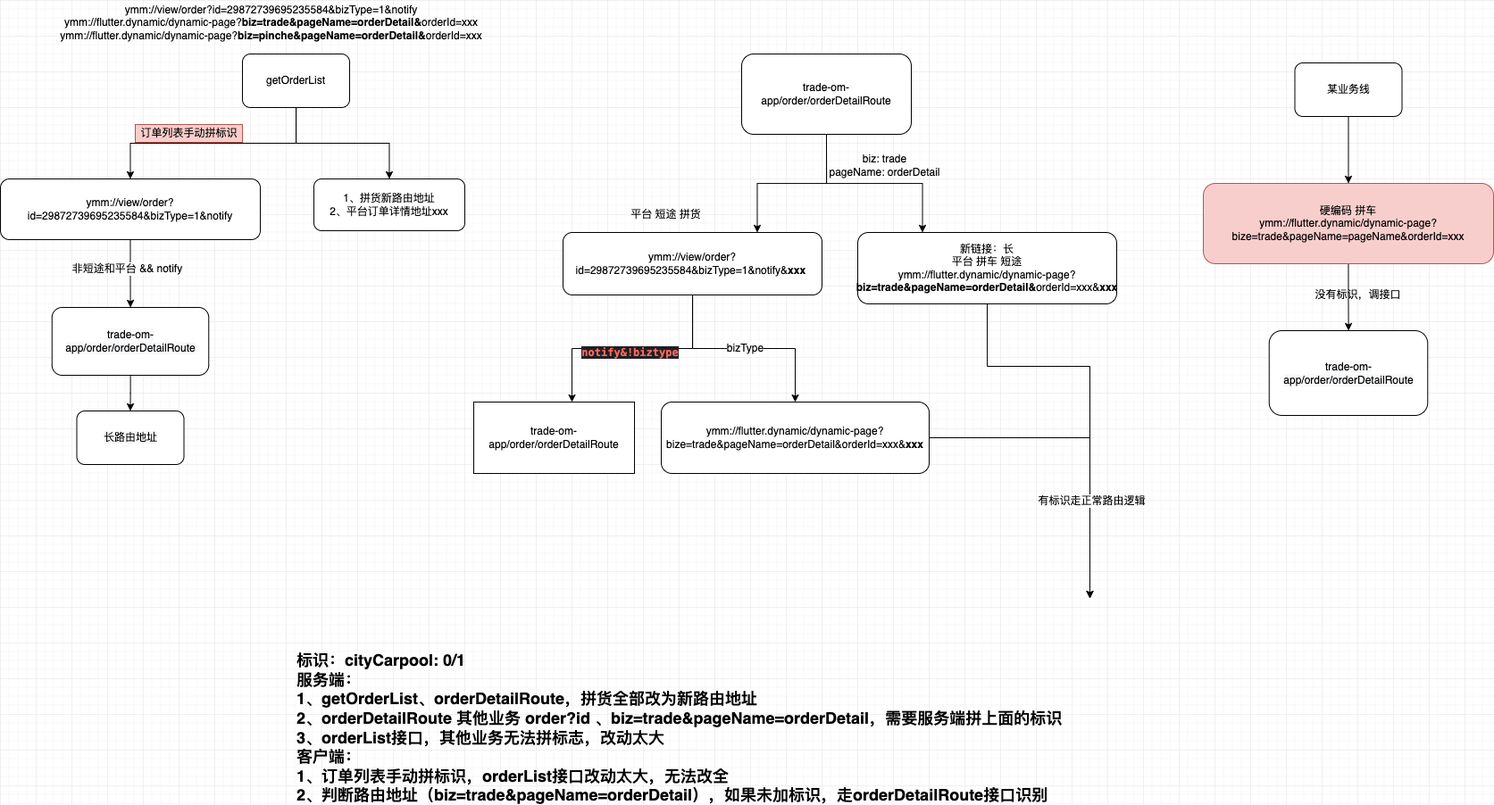
The draw.io diagram flutter/拼货路由转发.png in JD-Tang/flutter_uml, before a commit. Source tidied: cells renumbered, new cells last; positions are measured from the earlier drawing's top-left corner, leaving out a move shared by most shapes. Source of this version:
```xml
<mxGraphModel>
  <root>
    <mxCell id="0" />
    <mxCell id="1" parent="0" />
    <mxCell id="2" style="edgeStyle=orthogonalEdgeStyle;rounded=0;jettySize=auto;html=1;exitX=0.5;exitY=1;exitDx=0;exitDy=0;entryX=0.75;entryY=0;entryDx=0;entryDy=0;" parent="1" edge="1" source="4" target="9">
      <mxGeometry relative="1" as="geometry" />
    </mxCell>
    <mxCell id="3" style="edgeStyle=orthogonalEdgeStyle;rounded=0;jettySize=auto;html=1;exitX=0.5;exitY=1;exitDx=0;exitDy=0;entryX=0.25;entryY=0;entryDx=0;entryDy=0;" parent="1" edge="1" source="4" target="11">
      <mxGeometry relative="1" as="geometry" />
    </mxCell>
    <mxCell id="4" value="trade-om-app/order/orderDetailRoute" style="rounded=1;whiteSpace=wrap;html=1;" parent="1" vertex="1">
      <mxGeometry x="830" y="60" width="190" height="90" as="geometry" />
    </mxCell>
    <mxCell id="5" style="edgeStyle=orthogonalEdgeStyle;rounded=0;jettySize=auto;html=1;" parent="1" edge="1" source="9">
      <mxGeometry relative="1" as="geometry">
        <mxPoint x="640" y="450" as="targetPoint" />
      </mxGeometry>
    </mxCell>
    <mxCell id="6" value="&lt;p class=&quot;p1&quot; style=&quot;margin: 0px ; font-stretch: normal ; font-size: 12px ; line-height: normal ; font-family: &amp;#34;menlo&amp;#34; ; color: rgb(252 , 106 , 93) ; background-color: rgb(31 , 31 , 36)&quot;&gt;&lt;b&gt;notify&amp;amp;!biztype&lt;/b&gt;&lt;/p&gt;" style="edgeLabel;html=1;align=center;verticalAlign=middle;" parent="5" vertex="1">
      <mxGeometry x="0.02" y="3" relative="1" as="geometry" />
    </mxCell>
    <mxCell id="7" style="edgeStyle=orthogonalEdgeStyle;rounded=0;jettySize=auto;html=1;" parent="1" edge="1" source="9">
      <mxGeometry relative="1" as="geometry">
        <mxPoint x="890" y="450" as="targetPoint" />
      </mxGeometry>
    </mxCell>
    <mxCell id="8" value="bizType" style="edgeLabel;html=1;align=center;verticalAlign=middle;" parent="7" vertex="1">
      <mxGeometry x="0.01" y="1" relative="1" as="geometry" />
    </mxCell>
    <mxCell id="9" value="ymm://view/order?id=29872739695235584&amp;amp;bizType=1&amp;amp;notify&amp;amp;&lt;b&gt;xxx&lt;/b&gt;&amp;nbsp;" style="rounded=1;whiteSpace=wrap;html=1;" parent="1" vertex="1">
      <mxGeometry x="630" y="260" width="290" height="70" as="geometry" />
    </mxCell>
    <mxCell id="10" style="edgeStyle=orthogonalEdgeStyle;rounded=0;jettySize=auto;html=1;exitX=0.5;exitY=1;exitDx=0;exitDy=0;" parent="1" edge="1" source="11">
      <mxGeometry relative="1" as="geometry">
        <mxPoint x="1220" y="670" as="targetPoint" />
        <Array as="points">
          <mxPoint x="1105" y="410" />
          <mxPoint x="1220" y="410" />
        </Array>
      </mxGeometry>
    </mxCell>
    <mxCell id="11" value="新链接：长&lt;br&gt;平台 拼车 短途&lt;br&gt;&lt;span style=&quot;font-family: &amp;#34;helvetica&amp;#34;&quot;&gt;ymm://flutter.dynamic/dynamic-page?&lt;/span&gt;&lt;span style=&quot;font-family: &amp;#34;helvetica&amp;#34;&quot;&gt;&lt;b&gt;biz=trade&amp;amp;pageName=orderDetail&amp;amp;&lt;/b&gt;&lt;/span&gt;&lt;span style=&quot;font-family: &amp;#34;helvetica&amp;#34;&quot;&gt;orderId=xxx&amp;amp;&lt;b&gt;xxx&lt;/b&gt;&lt;/span&gt;" style="rounded=1;whiteSpace=wrap;html=1;" parent="1" vertex="1">
      <mxGeometry x="960" y="260" width="290" height="80" as="geometry" />
    </mxCell>
    <mxCell id="12" value="&lt;span&gt;trade-om-app/order/orderDetailRoute&lt;/span&gt;" style="rounded=0;whiteSpace=wrap;html=1;" parent="1" vertex="1">
      <mxGeometry x="530" y="450" width="180" height="80" as="geometry" />
    </mxCell>
    <mxCell id="13" style="edgeStyle=orthogonalEdgeStyle;rounded=0;jettySize=auto;html=1;" parent="1" edge="1" source="15">
      <mxGeometry relative="1" as="geometry">
        <mxPoint x="1220" y="670" as="targetPoint" />
      </mxGeometry>
    </mxCell>
    <mxCell id="14" value="有标识走正常路由逻辑" style="edgeLabel;html=1;align=center;verticalAlign=middle;" parent="13" vertex="1">
      <mxGeometry x="0.39" y="1" relative="1" as="geometry" />
    </mxCell>
    <mxCell id="15" value="ymm://flutter.dynamic/dynamic-page?bize=trade&amp;amp;pageName=orderDetail&amp;amp;orderId=xxx&amp;amp;&lt;b&gt;xxx&lt;/b&gt;" style="rounded=1;whiteSpace=wrap;html=1;" parent="1" vertex="1">
      <mxGeometry x="740" y="450" width="300" height="80" as="geometry" />
    </mxCell>
    <mxCell id="16" style="edgeStyle=orthogonalEdgeStyle;rounded=0;jettySize=auto;html=1;entryX=0.5;entryY=0;entryDx=0;entryDy=0;" parent="1" edge="1" source="17" target="19">
      <mxGeometry relative="1" as="geometry" />
    </mxCell>
    <mxCell id="17" value="某业务线" style="rounded=1;whiteSpace=wrap;html=1;" parent="1" vertex="1">
      <mxGeometry x="1449.5" y="70" width="120" height="60" as="geometry" />
    </mxCell>
    <mxCell id="18" style="edgeStyle=orthogonalEdgeStyle;rounded=0;jettySize=auto;html=1;" parent="1" edge="1" source="19" target="22">
      <mxGeometry relative="1" as="geometry" />
    </mxCell>
    <mxCell id="19" value="硬编码 拼车&lt;br&gt;ymm://flutter.dynamic/dynamic-page?bize=trade&amp;amp;pageName=pageName&amp;amp;orderId=xxx" style="rounded=1;whiteSpace=wrap;html=1;fillColor=#f8cecc;strokeColor=#b85450;" parent="1" vertex="1">
      <mxGeometry x="1347" y="205" width="325" height="90" as="geometry" />
    </mxCell>
    <mxCell id="20" value="biz: trade&lt;br&gt;pageName: orderDetail" style="text;html=1;align=center;verticalAlign=middle;strokeColor=none;fillColor=none;" parent="1" vertex="1">
      <mxGeometry x="920" y="170" width="140" height="30" as="geometry" />
    </mxCell>
    <mxCell id="21" value="平台 短途 拼货" style="text;html=1;align=center;verticalAlign=middle;strokeColor=none;fillColor=none;" parent="1" vertex="1">
      <mxGeometry x="700" y="230" width="90" height="20" as="geometry" />
    </mxCell>
    <mxCell id="22" value="&lt;meta charset=&quot;utf-8&quot;&gt;&lt;span style=&quot;color: rgb(0, 0, 0); font-family: helvetica; font-size: 12px; font-style: normal; font-weight: 400; letter-spacing: normal; text-align: center; text-indent: 0px; text-transform: none; word-spacing: 0px; background-color: rgb(248, 249, 250); display: inline; float: none;&quot;&gt;trade-om-app/order/orderDetailRoute&lt;/span&gt;" style="whiteSpace=wrap;html=1;rounded=1;" parent="1" vertex="1">
      <mxGeometry x="1420.8" y="370" width="177.5" height="95" as="geometry" />
    </mxCell>
    <mxCell id="23" style="edgeStyle=orthogonalEdgeStyle;rounded=0;jettySize=auto;html=1;" parent="1" edge="1" source="25" target="26">
      <mxGeometry relative="1" as="geometry" />
    </mxCell>
    <mxCell id="24" style="edgeStyle=orthogonalEdgeStyle;rounded=0;jettySize=auto;html=1;" parent="1" edge="1" source="25" target="29">
      <mxGeometry relative="1" as="geometry" />
    </mxCell>
    <mxCell id="25" value="getOrderList" style="rounded=1;whiteSpace=wrap;html=1;" parent="1" vertex="1">
      <mxGeometry x="271" y="60" width="120" height="60" as="geometry" />
    </mxCell>
    <mxCell id="26" value="1、拼货新路由地址&lt;br&gt;2、平台订单详情地址xxx" style="whiteSpace=wrap;html=1;rounded=1;" parent="1" vertex="1">
      <mxGeometry x="351" y="200" width="169" height="58" as="geometry" />
    </mxCell>
    <mxCell id="27" style="edgeStyle=orthogonalEdgeStyle;rounded=0;jettySize=auto;html=1;" parent="1" edge="1" source="29" target="31">
      <mxGeometry relative="1" as="geometry" />
    </mxCell>
    <mxCell id="28" value="非短途和平台 &amp;amp;&amp;amp; notify" style="edgeLabel;html=1;align=center;verticalAlign=middle;" parent="27" vertex="1">
      <mxGeometry x="-0.14" y="-4" relative="1" as="geometry" />
    </mxCell>
    <mxCell id="29" value="&lt;span style=&quot;font-family: &amp;#34;helvetica&amp;#34;&quot;&gt;ymm://view/order?id=29872739695235584&amp;amp;bizType=1&amp;amp;notify&lt;/span&gt;" style="whiteSpace=wrap;html=1;rounded=1;" parent="1" vertex="1">
      <mxGeometry y="200" width="291" height="68" as="geometry" />
    </mxCell>
    <mxCell id="30" style="edgeStyle=orthogonalEdgeStyle;rounded=0;jettySize=auto;html=1;" parent="1" edge="1" source="31" target="32">
      <mxGeometry relative="1" as="geometry" />
    </mxCell>
    <mxCell id="31" value="&lt;meta charset=&quot;utf-8&quot;&gt;&lt;span style=&quot;color: rgb(0, 0, 0); font-family: helvetica; font-size: 12px; font-style: normal; font-weight: 400; letter-spacing: normal; text-align: center; text-indent: 0px; text-transform: none; word-spacing: 0px; background-color: rgb(248, 249, 250); display: inline; float: none;&quot;&gt;trade-om-app/order/orderDetailRoute&lt;/span&gt;" style="whiteSpace=wrap;html=1;rounded=1;" parent="1" vertex="1">
      <mxGeometry x="57.8" y="344" width="175.5" height="76" as="geometry" />
    </mxCell>
    <mxCell id="32" value="&lt;meta charset=&quot;utf-8&quot;&gt;&lt;span style=&quot;color: rgb(0, 0, 0); font-family: helvetica; font-size: 12px; font-style: normal; font-weight: 400; letter-spacing: normal; text-align: center; text-indent: 0px; text-transform: none; word-spacing: 0px; background-color: rgb(248, 249, 250); display: inline; float: none;&quot;&gt;长路由地址&lt;/span&gt;" style="whiteSpace=wrap;html=1;rounded=1;" parent="1" vertex="1">
      <mxGeometry x="85.5" y="460" width="120" height="60" as="geometry" />
    </mxCell>
    <mxCell id="33" value="订单列表手动拼标识" style="text;html=1;align=center;verticalAlign=middle;strokeColor=#b85450;fillColor=#f8cecc;" parent="1" vertex="1">
      <mxGeometry x="151" y="139" width="120" height="20" as="geometry" />
    </mxCell>
    <mxCell id="34" value="&lt;font style=&quot;font-size: 18px&quot;&gt;&lt;b&gt;标识：cityCarpool: 0/1&lt;br&gt;服务端：&lt;br&gt;1、getOrderList、&lt;/b&gt;&lt;b&gt;orderDetailRoute，拼货全部改为新路由地址&lt;br&gt;&lt;/b&gt;&lt;b&gt;2、&lt;/b&gt;&lt;b&gt;orderDetailRoute 其他业务 order?id 、biz=trade&amp;amp;pageName=orderDetail，需要服务端拼上面的标识&lt;br&gt;&lt;/b&gt;&lt;/font&gt;&lt;b style=&quot;font-size: 18px&quot;&gt;&lt;font style=&quot;font-size: 18px&quot;&gt;3、orderList接口，其他业务无法拼标志，改动太大&lt;br&gt;客户端：&lt;br&gt;1、订单列表手动拼标识，orderList接口改动太大，无法改全&lt;br&gt;2、判断路由地址（biz=trade&amp;amp;pageName=orderDetail），如果未加标识，走orderDetailRoute接口识别&lt;/font&gt;&lt;br&gt;&lt;/b&gt;" style="text;html=1;align=left;verticalAlign=middle;" parent="1" vertex="1">
      <mxGeometry x="330" y="750" width="870" height="130" as="geometry" />
    </mxCell>
    <mxCell id="35" value="没有标识，调接口" style="text;html=1;align=center;verticalAlign=middle;strokeColor=none;fillColor=none;" parent="1" vertex="1">
      <mxGeometry x="1465" y="320" width="110" height="20" as="geometry" />
    </mxCell>
    <mxCell id="36" value="&lt;span style=&quot;font-family: &amp;#34;helvetica&amp;#34;&quot;&gt;ymm://view/order?id=29872739695235584&amp;amp;bizType=1&amp;amp;notify&lt;br&gt;&lt;/span&gt;&lt;span style=&quot;color: rgba(0 , 0 , 0 , 0) ; font-family: monospace ; font-size: 0px&quot;&gt;%3CmxGraphModel%3E%3Croot%3E%3CmxCell%20id%3D%220%22%2F%3E%3CmxCell%20id%3D%221%22%20parent%3D%220%22%2F%3E%3CmxCell%20id%3D%222%22%20value%3D%22%26lt%3Bmeta%20charset%3D%26quot%3Butf-8%26quot%3B%26gt%3B%26lt%3Bspan%20style%3D%26quot%3Bcolor%3A%20rgb(0%2C%200%2C%200)%3B%20font-size%3A%2012px%3B%20font-style%3A%20normal%3B%20font-weight%3A%20400%3B%20letter-spacing%3A%20normal%3B%20text-indent%3A%200px%3B%20text-transform%3A%20none%3B%20word-spacing%3A%200px%3B%20font-family%3A%20helvetica%3B%20text-align%3A%20center%3B%20background-color%3A%20rgb(248%2C%20249%2C%20250)%3B%20display%3A%20inline%3B%20float%3A%20none%3B%26quot%3B%26gt%3Bymm%3A%2F%2Fflutter.dynamic%2Fdynamic-page%3F%26lt%3B%2Fspan%26gt%3B%26lt%3Bspan%20style%3D%26quot%3Bcolor%3A%20rgb(0%2C%200%2C%200)%3B%20font-size%3A%2012px%3B%20font-style%3A%20normal%3B%20font-weight%3A%20400%3B%20letter-spacing%3A%20normal%3B%20text-indent%3A%200px%3B%20text-transform%3A%20none%3B%20word-spacing%3A%200px%3B%20font-family%3A%20helvetica%3B%20text-align%3A%20center%3B%20background-color%3A%20rgb(248%2C%20249%2C%20250)%3B%20display%3A%20inline%3B%20float%3A%20none%3B%26quot%3B%26gt%3B%26lt%3Bb%26gt%3Bbiz%3Dtrade%26amp%3Bamp%3BpageName%3DorderDetail%26amp%3Bamp%3B%26lt%3B%2Fb%26gt%3B%26lt%3B%2Fspan%26gt%3B%26lt%3Bspan%20style%3D%26quot%3Bcolor%3A%20rgb(0%2C%200%2C%200)%3B%20font-size%3A%2012px%3B%20font-style%3A%20normal%3B%20font-weight%3A%20400%3B%20letter-spacing%3A%20normal%3B%20text-indent%3A%200px%3B%20text-transform%3A%20none%3B%20word-spacing%3A%200px%3B%20font-family%3A%20helvetica%3B%20text-align%3A%20center%3B%20background-color%3A%20rgb(248%2C%20249%2C%20250)%3B%20display%3A%20inline%3B%20float%3A%20none%3B%26quot%3B%26gt%3BorderId%3Dxxx%26lt%3B%2Fspan%26gt%3B%22%20style%3D%22text%3BwhiteSpace%3Dwrap%3Bhtml%3D1%3B%22%20vertex%3D%221%22%20parent%3D%221%22%3E%3CmxGeometry%20x%3D%22763%22%20y%3D%2210%22%20width%3D%22490%22%20height%3D%2230%22%20as%3D%22geometry%22%2F%3E%3C%2FmxCell%3E%3C%2Froot%3E%3C%2FmxGraphModel%3E&lt;/span&gt;&lt;span style=&quot;font-family: &amp;#34;helvetica&amp;#34;&quot;&gt;ymm://flutter.dynamic/dynamic-page?&lt;/span&gt;&lt;span style=&quot;font-family: &amp;#34;helvetica&amp;#34;&quot;&gt;&lt;b&gt;biz=trade&amp;amp;pageName=orderDetail&amp;amp;&lt;/b&gt;&lt;/span&gt;&lt;span style=&quot;font-family: &amp;#34;helvetica&amp;#34;&quot;&gt;orderId=xxx&lt;/span&gt;&lt;span style=&quot;color: rgba(0 , 0 , 0 , 0) ; font-family: monospace ; font-size: 0px&quot;&gt;&lt;br&gt;&lt;/span&gt;&lt;span style=&quot;font-family: &amp;#34;helvetica&amp;#34;&quot;&gt;ymm://flutter.dynamic/dynamic-page?&lt;/span&gt;&lt;span style=&quot;font-family: &amp;#34;helvetica&amp;#34;&quot;&gt;&lt;b&gt;biz=pinche&amp;amp;pageName=orderDetail&amp;amp;&lt;/b&gt;&lt;/span&gt;&lt;span style=&quot;font-family: &amp;#34;helvetica&amp;#34;&quot;&gt;orderId=xxx&lt;/span&gt;&lt;span style=&quot;font-family: &amp;#34;helvetica&amp;#34;&quot;&gt;&lt;br&gt;&lt;/span&gt;" style="text;html=1;align=center;verticalAlign=middle;strokeColor=none;fillColor=none;" parent="1" vertex="1">
      <mxGeometry x="57.8" width="490" height="50" as="geometry" />
    </mxCell>
  </root>
</mxGraphModel>
```
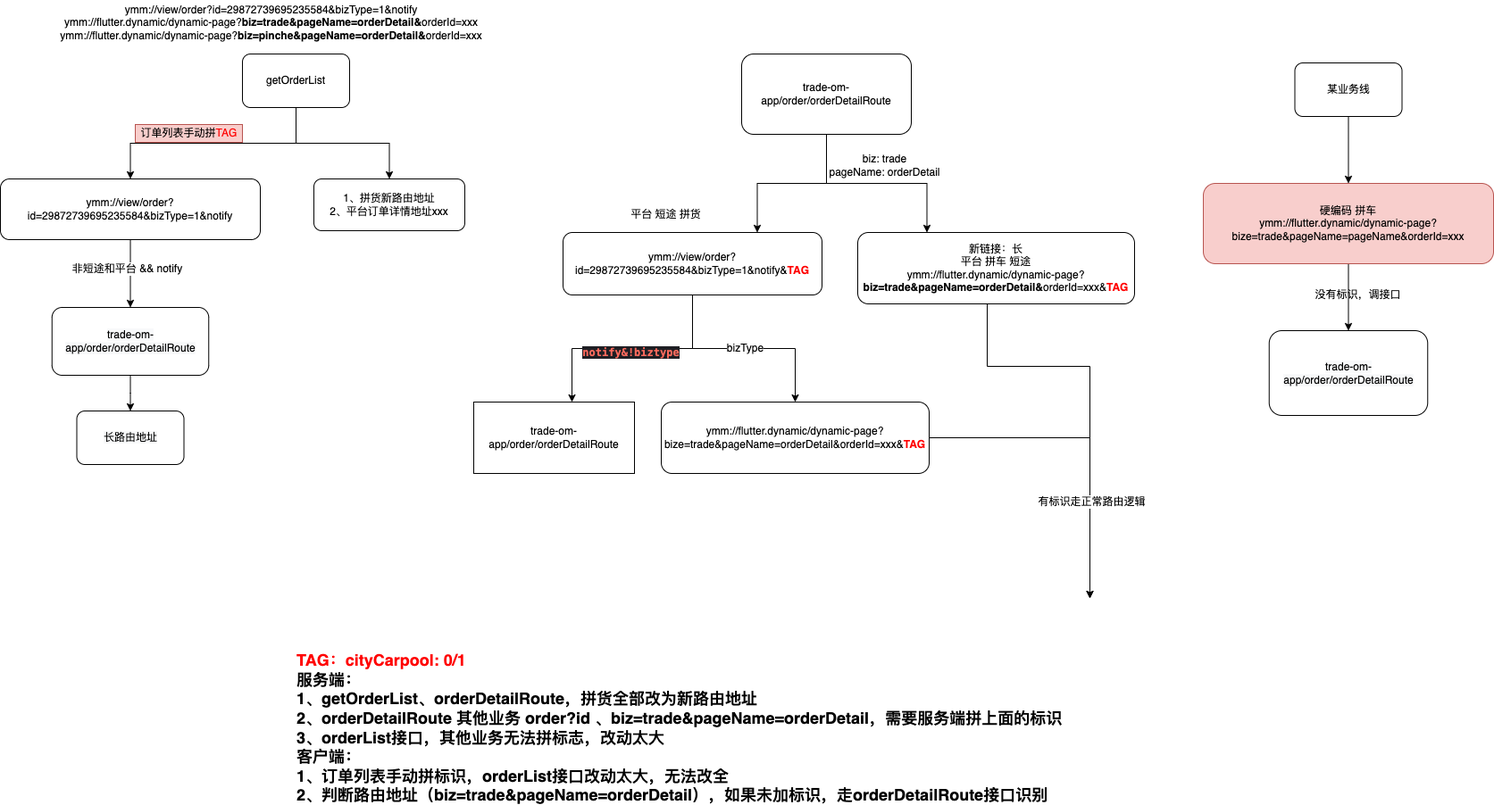
Above is the later version.

Commit message:
更新拼货路由转发.png

Change to the diagram source:
```diff
@@ -27,7 +27,7 @@
     <mxCell id="8" value="bizType" style="edgeLabel;html=1;align=center;verticalAlign=middle;" parent="7" vertex="1">
       <mxGeometry x="0.01" y="1" relative="1" as="geometry" />
     </mxCell>
-    <mxCell id="9" value="ymm://view/order?id=29872739695235584&amp;amp;bizType=1&amp;amp;notify&amp;amp;&lt;b&gt;xxx&lt;/b&gt;&amp;nbsp;" style="rounded=1;whiteSpace=wrap;html=1;" parent="1" vertex="1">
+    <mxCell id="9" value="ymm://view/order?id=29872739695235584&amp;amp;bizType=1&amp;amp;notify&amp;amp;&lt;b&gt;&lt;font color=&quot;#ff0000&quot;&gt;TAG&lt;/font&gt;&lt;/b&gt;" style="rounded=1;whiteSpace=wrap;html=1;" parent="1" vertex="1">
       <mxGeometry x="630" y="260" width="290" height="70" as="geometry" />
     </mxCell>
     <mxCell id="10" style="edgeStyle=orthogonalEdgeStyle;rounded=0;jettySize=auto;html=1;exitX=0.5;exitY=1;exitDx=0;exitDy=0;" parent="1" edge="1" source="11">
@@ -39,8 +39,8 @@
         </Array>
       </mxGeometry>
     </mxCell>
-    <mxCell id="11" value="新链接：长&lt;br&gt;平台 拼车 短途&lt;br&gt;&lt;span style=&quot;font-family: &amp;#34;helvetica&amp;#34;&quot;&gt;ymm://flutter.dynamic/dynamic-page?&lt;/span&gt;&lt;span style=&quot;font-family: &amp;#34;helvetica&amp;#34;&quot;&gt;&lt;b&gt;biz=trade&amp;amp;pageName=orderDetail&amp;amp;&lt;/b&gt;&lt;/span&gt;&lt;span style=&quot;font-family: &amp;#34;helvetica&amp;#34;&quot;&gt;orderId=xxx&amp;amp;&lt;b&gt;xxx&lt;/b&gt;&lt;/span&gt;" style="rounded=1;whiteSpace=wrap;html=1;" parent="1" vertex="1">
-      <mxGeometry x="960" y="260" width="290" height="80" as="geometry" />
+    <mxCell id="11" value="新链接：长&lt;br&gt;平台 拼车 短途&lt;br&gt;&lt;span style=&quot;font-family: &amp;#34;helvetica&amp;#34;&quot;&gt;ymm://flutter.dynamic/dynamic-page?&lt;/span&gt;&lt;span style=&quot;font-family: &amp;#34;helvetica&amp;#34;&quot;&gt;&lt;b&gt;biz=trade&amp;amp;pageName=orderDetail&amp;amp;&lt;/b&gt;&lt;/span&gt;&lt;span style=&quot;font-family: &amp;#34;helvetica&amp;#34;&quot;&gt;orderId=xxx&amp;amp;&lt;/span&gt;&lt;b&gt;&lt;font color=&quot;#ff0000&quot;&gt;TAG&lt;/font&gt;&lt;/b&gt;" style="rounded=1;whiteSpace=wrap;html=1;" parent="1" vertex="1">
+      <mxGeometry x="960" y="260" width="310" height="80" as="geometry" />
     </mxCell>
     <mxCell id="12" value="&lt;span&gt;trade-om-app/order/orderDetailRoute&lt;/span&gt;" style="rounded=0;whiteSpace=wrap;html=1;" parent="1" vertex="1">
       <mxGeometry x="530" y="450" width="180" height="80" as="geometry" />
@@ -53,7 +53,7 @@
     <mxCell id="14" value="有标识走正常路由逻辑" style="edgeLabel;html=1;align=center;verticalAlign=middle;" parent="13" vertex="1">
       <mxGeometry x="0.39" y="1" relative="1" as="geometry" />
     </mxCell>
-    <mxCell id="15" value="ymm://flutter.dynamic/dynamic-page?bize=trade&amp;amp;pageName=orderDetail&amp;amp;orderId=xxx&amp;amp;&lt;b&gt;xxx&lt;/b&gt;" style="rounded=1;whiteSpace=wrap;html=1;" parent="1" vertex="1">
+    <mxCell id="15" value="ymm://flutter.dynamic/dynamic-page?bize=trade&amp;amp;pageName=orderDetail&amp;amp;orderId=xxx&amp;amp;&lt;b&gt;&lt;font color=&quot;#ff0000&quot;&gt;TAG&lt;/font&gt;&lt;/b&gt;" style="rounded=1;whiteSpace=wrap;html=1;" parent="1" vertex="1">
       <mxGeometry x="740" y="450" width="300" height="80" as="geometry" />
     </mxCell>
     <mxCell id="16" style="edgeStyle=orthogonalEdgeStyle;rounded=0;jettySize=auto;html=1;entryX=0.5;entryY=0;entryDx=0;entryDy=0;" parent="1" edge="1" source="17" target="19">
@@ -107,10 +107,10 @@
     <mxCell id="32" value="&lt;meta charset=&quot;utf-8&quot;&gt;&lt;span style=&quot;color: rgb(0, 0, 0); font-family: helvetica; font-size: 12px; font-style: normal; font-weight: 400; letter-spacing: normal; text-align: center; text-indent: 0px; text-transform: none; word-spacing: 0px; background-color: rgb(248, 249, 250); display: inline; float: none;&quot;&gt;长路由地址&lt;/span&gt;" style="whiteSpace=wrap;html=1;rounded=1;" parent="1" vertex="1">
       <mxGeometry x="85.5" y="460" width="120" height="60" as="geometry" />
     </mxCell>
-    <mxCell id="33" value="订单列表手动拼标识" style="text;html=1;align=center;verticalAlign=middle;strokeColor=#b85450;fillColor=#f8cecc;" parent="1" vertex="1">
+    <mxCell id="33" value="订单列表手动拼&lt;font color=&quot;#ff0000&quot;&gt;TAG&lt;/font&gt;" style="text;html=1;align=center;verticalAlign=middle;strokeColor=#b85450;fillColor=#f8cecc;" parent="1" vertex="1">
       <mxGeometry x="151" y="139" width="120" height="20" as="geometry" />
     </mxCell>
-    <mxCell id="34" value="&lt;font style=&quot;font-size: 18px&quot;&gt;&lt;b&gt;标识：cityCarpool: 0/1&lt;br&gt;服务端：&lt;br&gt;1、getOrderList、&lt;/b&gt;&lt;b&gt;orderDetailRoute，拼货全部改为新路由地址&lt;br&gt;&lt;/b&gt;&lt;b&gt;2、&lt;/b&gt;&lt;b&gt;orderDetailRoute 其他业务 order?id 、biz=trade&amp;amp;pageName=orderDetail，需要服务端拼上面的标识&lt;br&gt;&lt;/b&gt;&lt;/font&gt;&lt;b style=&quot;font-size: 18px&quot;&gt;&lt;font style=&quot;font-size: 18px&quot;&gt;3、orderList接口，其他业务无法拼标志，改动太大&lt;br&gt;客户端：&lt;br&gt;1、订单列表手动拼标识，orderList接口改动太大，无法改全&lt;br&gt;2、判断路由地址（biz=trade&amp;amp;pageName=orderDetail），如果未加标识，走orderDetailRoute接口识别&lt;/font&gt;&lt;br&gt;&lt;/b&gt;" style="text;html=1;align=left;verticalAlign=middle;" parent="1" vertex="1">
+    <mxCell id="34" value="&lt;font style=&quot;font-size: 18px&quot;&gt;&lt;b&gt;&lt;font color=&quot;#ff0000&quot;&gt;TAG：cityCarpool: 0/1&lt;/font&gt;&lt;br&gt;服务端：&lt;br&gt;1、getOrderList、&lt;/b&gt;&lt;b&gt;orderDetailRoute，拼货全部改为新路由地址&lt;br&gt;&lt;/b&gt;&lt;b&gt;2、&lt;/b&gt;&lt;b&gt;orderDetailRoute 其他业务 order?id 、biz=trade&amp;amp;pageName=orderDetail，需要服务端拼上面的标识&lt;br&gt;&lt;/b&gt;&lt;/font&gt;&lt;b style=&quot;font-size: 18px&quot;&gt;&lt;font style=&quot;font-size: 18px&quot;&gt;3、orderList接口，其他业务无法拼标志，改动太大&lt;br&gt;客户端：&lt;br&gt;1、订单列表手动拼标识，orderList接口改动太大，无法改全&lt;br&gt;2、判断路由地址（biz=trade&amp;amp;pageName=orderDetail），如果未加标识，走orderDetailRoute接口识别&lt;/font&gt;&lt;br&gt;&lt;/b&gt;" style="text;html=1;align=left;verticalAlign=middle;" parent="1" vertex="1">
       <mxGeometry x="330" y="750" width="870" height="130" as="geometry" />
     </mxCell>
     <mxCell id="35" value="没有标识，调接口" style="text;html=1;align=center;verticalAlign=middle;strokeColor=none;fillColor=none;" parent="1" vertex="1">
```
